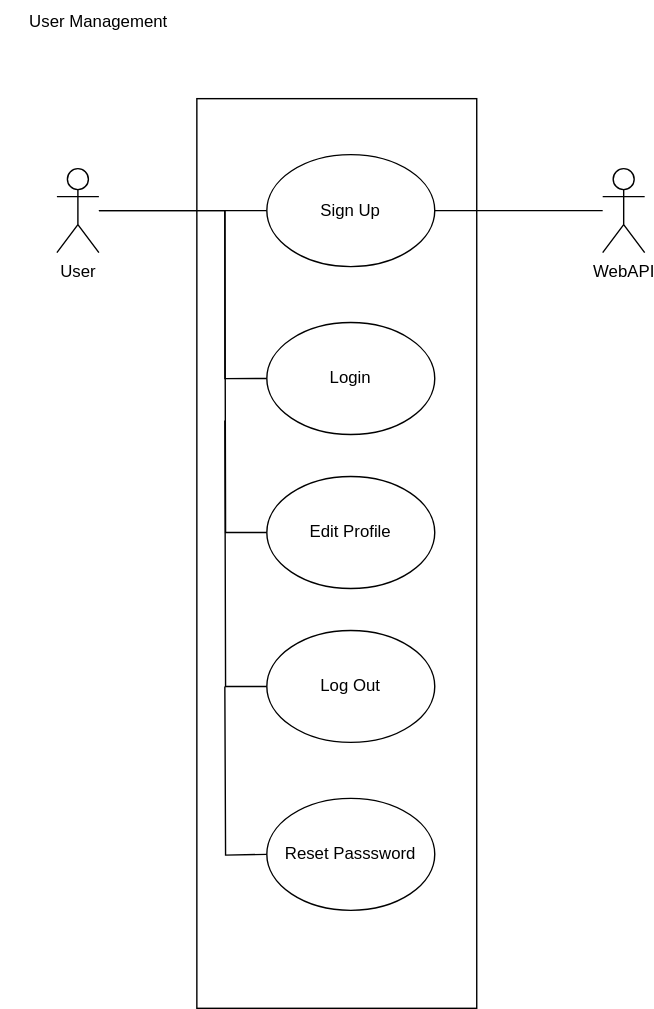
This is Use Case Diagrams/ UserManagement.drawio.svg from lntlemeza/Zen_Documentation, a draw.io export, as it was before one commit. Source tidied: cells renumbered, new cells last; positions are measured from the earlier drawing's top-left corner, leaving out a move shared by most shapes.
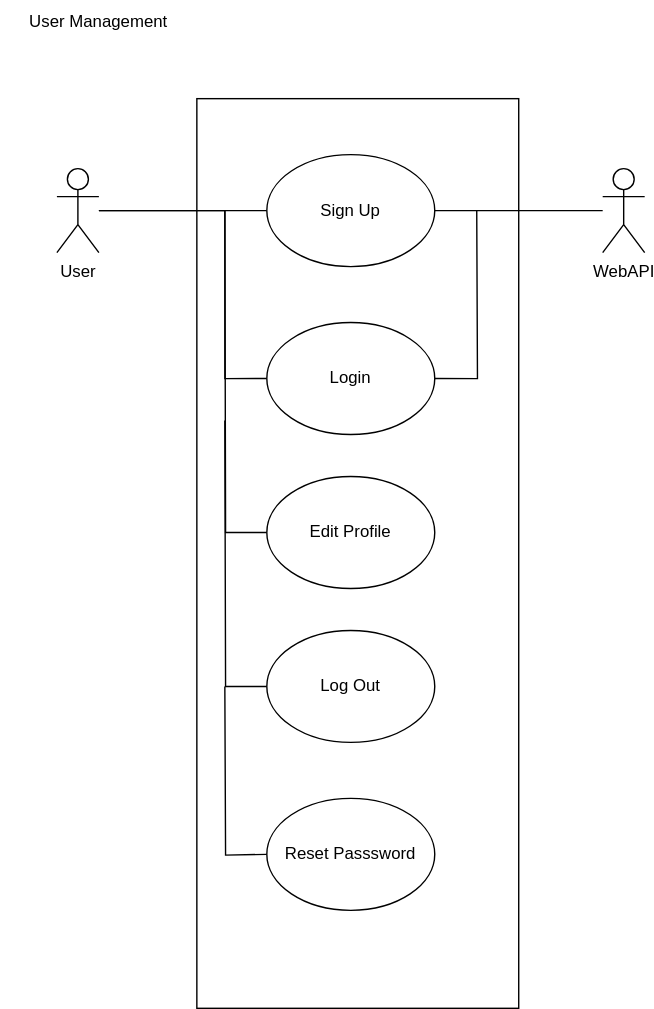
After the commit.

Commit message:
Update Use Case Diagrams UserManagement

What changed in the source:
```diff
@@ -6,7 +6,7 @@
       <mxGeometry x="40" y="120" width="30" height="60" as="geometry" />
     </mxCell>
     <mxCell id="3" style="rounded=0;whiteSpace=wrap;html=1;" parent="1" vertex="1">
-      <mxGeometry x="140" y="70" width="200" height="650" as="geometry" />
+      <mxGeometry x="140" y="70" width="230" height="650" as="geometry" />
     </mxCell>
     <mxCell id="4" style="edgeStyle=orthogonalEdgeStyle;rounded=0;jettySize=auto;html=1;exitX=0;exitY=0.5;exitDx=0;exitDy=0;endArrow=none;endFill=0;" parent="1" edge="1" source="6" target="2">
       <mxGeometry relative="1" as="geometry" />
@@ -26,6 +26,11 @@
         </Array>
       </mxGeometry>
     </mxCell>
+    <mxCell id="17" style="edgeStyle=orthogonalEdgeStyle;rounded=0;jettySize=auto;html=1;exitX=1;exitY=0.5;exitDx=0;exitDy=0;endArrow=none;endFill=0;" parent="1" edge="1" source="8">
+      <mxGeometry relative="1" as="geometry">
+        <mxPoint x="340" y="150" as="targetPoint" />
+      </mxGeometry>
+    </mxCell>
     <mxCell id="8" value="Login" style="ellipse;whiteSpace=wrap;html=1;" parent="1" vertex="1">
       <mxGeometry x="190" y="230" width="120" height="80" as="geometry" />
     </mxCell>
```
